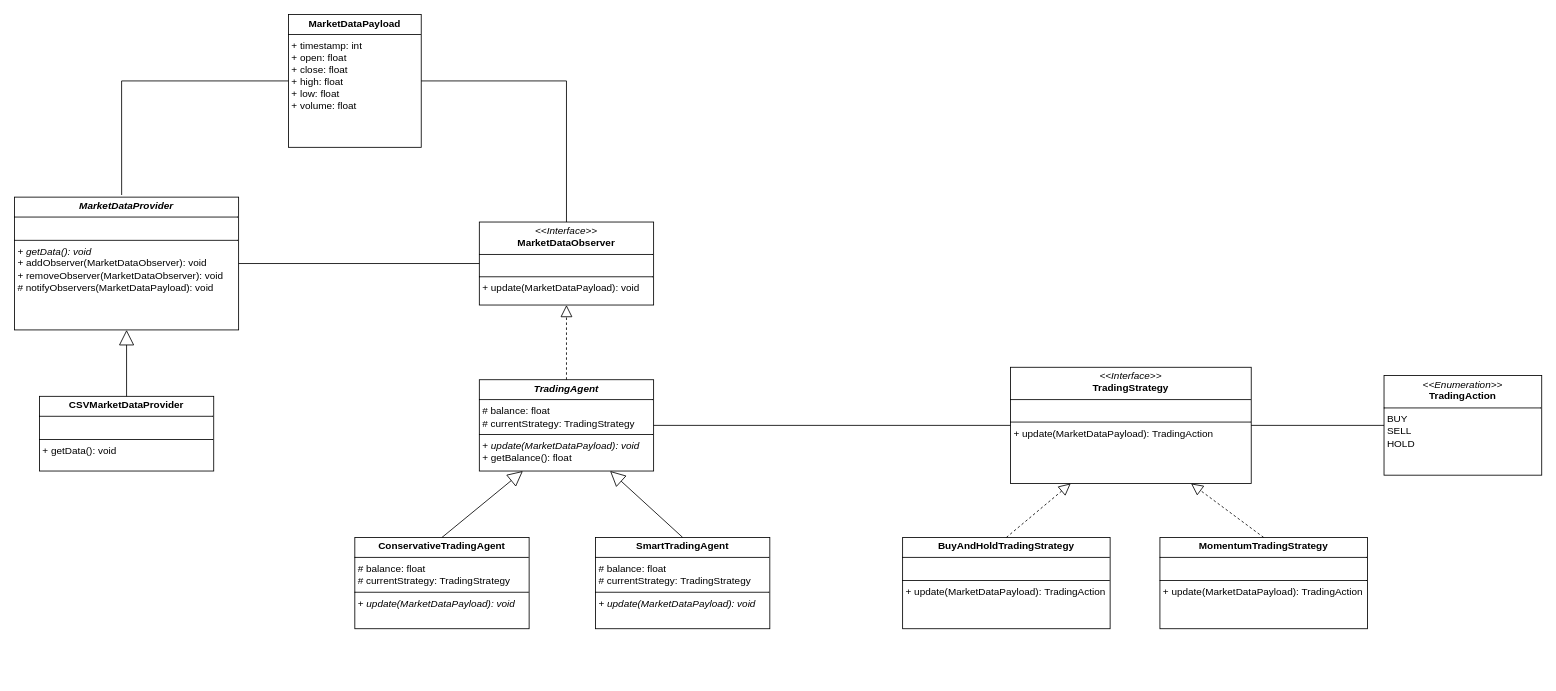
The draw.io diagram assets/uml.drawio in Filipeak/mini-hedge-fund, before the edit. Source tidied: cells renumbered, new cells numbered last; positions are measured from the earlier drawing's top-left corner, leaving out a move shared by most shapes. Both pictures are drawn from the tidied source at 83%, with x=0, y=0 at pixel (14, 14).
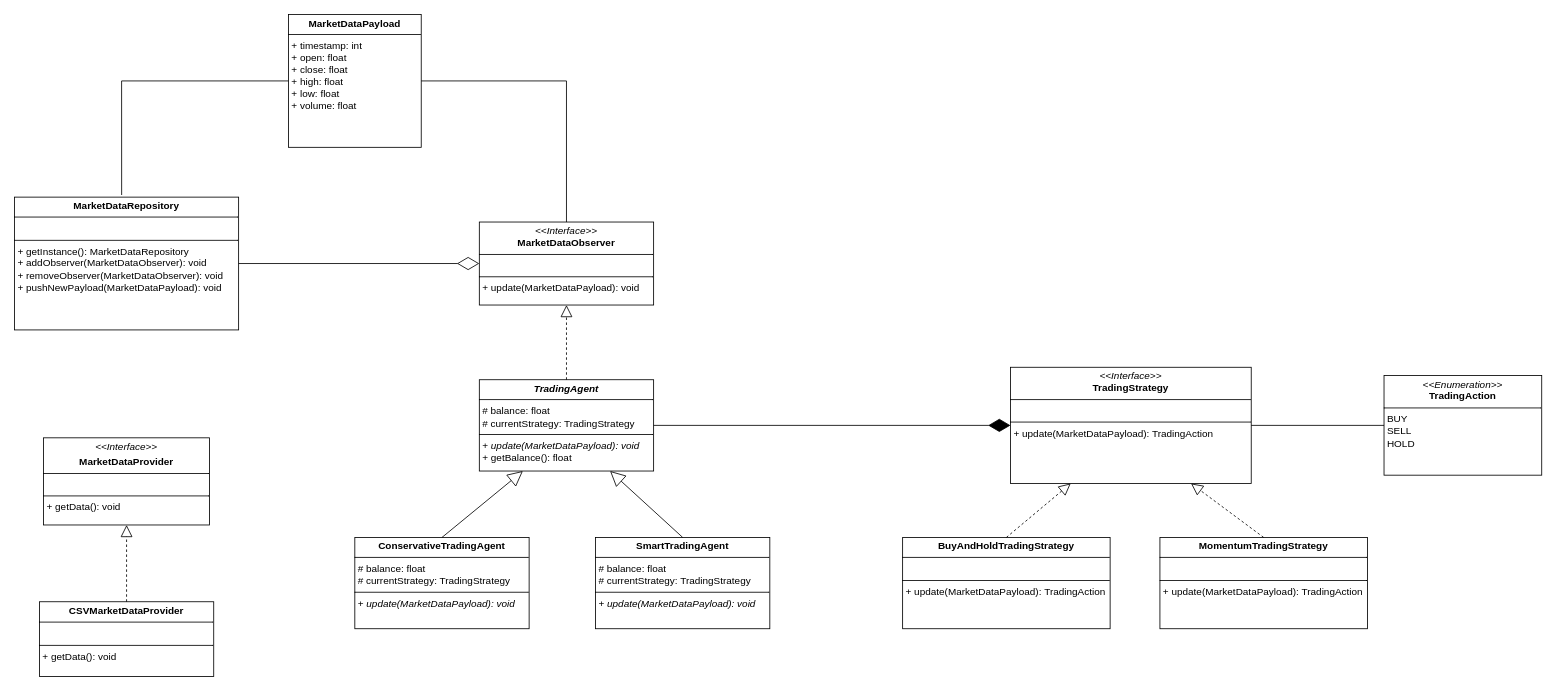
The same diagram, later.

Commit message:
Begin of new architecture

The change refers to these unchanged cells:
```xml
<mxCell id="5" value="&lt;p style=&quot;margin:0px;margin-top:4px;text-align:center;&quot;&gt;&lt;i&gt;&amp;lt;&amp;lt;Interface&amp;gt;&amp;gt;&lt;/i&gt;&lt;br&gt;&lt;b&gt;MarketDataObserver&lt;/b&gt;&lt;/p&gt;&lt;hr size=&quot;1&quot; style=&quot;border-style:solid;&quot;&gt;&lt;p style=&quot;margin:0px;margin-left:4px;&quot;&gt;&lt;br&gt;&lt;/p&gt;&lt;hr size=&quot;1&quot; style=&quot;border-style:solid;&quot;&gt;&lt;p style=&quot;margin:0px;margin-left:4px;&quot;&gt;+ update(MarketDataPayload): void&lt;br&gt;&lt;/p&gt;" style="verticalAlign=top;align=left;overflow=fill;html=1;whiteSpace=wrap;" parent="1" vertex="1">
  <mxGeometry x="560" y="250" width="210" height="100" as="geometry" />
</mxCell>
<mxCell id="6" value="&lt;p style=&quot;margin:0px;margin-top:4px;text-align:center;&quot;&gt;&lt;b&gt;&lt;i&gt;TradingAgent&lt;/i&gt;&lt;/b&gt;&lt;/p&gt;&lt;hr size=&quot;1&quot; style=&quot;border-style:solid;&quot;&gt;&lt;p style=&quot;margin:0px;margin-left:4px;&quot;&gt;# balance: float&lt;/p&gt;&lt;p style=&quot;margin:0px;margin-left:4px;&quot;&gt;# currentStrategy: TradingStrategy&lt;/p&gt;&lt;hr size=&quot;1&quot; style=&quot;border-style:solid;&quot;&gt;&lt;p style=&quot;margin:0px;margin-left:4px;&quot;&gt;+ &lt;i&gt;update(MarketDataPayload): void&lt;/i&gt;&lt;br&gt;&lt;/p&gt;&lt;p style=&quot;margin:0px;margin-left:4px;&quot;&gt;+ getBalance(): float&lt;/p&gt;&lt;p style=&quot;margin:0px;margin-left:4px;&quot;&gt;&lt;br&gt;&lt;/p&gt;" style="verticalAlign=top;align=left;overflow=fill;html=1;whiteSpace=wrap;" parent="1" vertex="1">
  <mxGeometry x="560" y="440" width="210" height="110" as="geometry" />
</mxCell>
<mxCell id="12" value="&lt;p style=&quot;margin:0px;margin-top:4px;text-align:center;&quot;&gt;&lt;i&gt;&amp;lt;&amp;lt;Interface&amp;gt;&amp;gt;&lt;/i&gt;&lt;br&gt;&lt;b&gt;TradingStrategy&lt;/b&gt;&lt;/p&gt;&lt;hr size=&quot;1&quot; style=&quot;border-style:solid;&quot;&gt;&lt;p style=&quot;margin:0px;margin-left:4px;&quot;&gt;&lt;br&gt;&lt;/p&gt;&lt;hr size=&quot;1&quot; style=&quot;border-style:solid;&quot;&gt;&lt;p style=&quot;margin:0px;margin-left:4px;&quot;&gt;+ update(MarketDataPayload): TradingAction&lt;br&gt;&lt;/p&gt;" style="verticalAlign=top;align=left;overflow=fill;html=1;whiteSpace=wrap;" parent="1" vertex="1">
  <mxGeometry x="1200" y="425" width="290" height="140" as="geometry" />
</mxCell>
```

The edit, as a diff of the source:
```diff
@@
-    <mxCell id="2" value="&lt;p style=&quot;margin:0px;margin-top:4px;text-align:center;&quot;&gt;&lt;b&gt;&lt;i&gt;MarketDataProvider&lt;/i&gt;&lt;/b&gt;&lt;/p&gt;&lt;hr size=&quot;1&quot; style=&quot;border-style:solid;&quot;&gt;&lt;p style=&quot;margin:0px;margin-left:4px;&quot;&gt;&lt;br&gt;&lt;/p&gt;&lt;hr size=&quot;1&quot; style=&quot;border-style:solid;&quot;&gt;&lt;p style=&quot;margin:0px;margin-left:4px;&quot;&gt;+ &lt;i&gt;getData(): void&lt;/i&gt;&lt;br&gt;&lt;/p&gt;&lt;p style=&quot;margin:0px;margin-left:4px;&quot;&gt;+ addObserver(MarketDataObserver): void&lt;/p&gt;&lt;p style=&quot;margin:0px;margin-left:4px;&quot;&gt;+ removeObserver(MarketDataObserver): void&lt;/p&gt;&lt;p style=&quot;margin:0px;margin-left:4px;&quot;&gt;# notifyObservers(MarketDataPayload): void&lt;/p&gt;" style="verticalAlign=top;align=left;overflow=fill;html=1;whiteSpace=wrap;" parent="1" vertex="1">
+    <mxCell id="2" value="&lt;p style=&quot;margin:0px;margin-top:4px;text-align:center;&quot;&gt;&lt;b&gt;MarketDataRepository&lt;/b&gt;&lt;/p&gt;&lt;hr size=&quot;1&quot; style=&quot;border-style:solid;&quot;&gt;&lt;p style=&quot;margin:0px;margin-left:4px;&quot;&gt;&lt;br&gt;&lt;/p&gt;&lt;hr size=&quot;1&quot; style=&quot;border-style:solid;&quot;&gt;&lt;p style=&quot;margin:0px;margin-left:4px;&quot;&gt;&lt;span style=&quot;background-color: transparent; color: light-dark(rgb(0, 0, 0), rgb(255, 255, 255));&quot;&gt;+ getInstance():&amp;nbsp;&lt;/span&gt;&lt;span style=&quot;background-color: transparent;&quot;&gt;MarketDataRepository&lt;/span&gt;&lt;/p&gt;&lt;p style=&quot;margin:0px;margin-left:4px;&quot;&gt;&lt;span style=&quot;background-color: transparent; color: light-dark(rgb(0, 0, 0), rgb(255, 255, 255));&quot;&gt;+ addObserver(MarketDataObserver): void&lt;/span&gt;&lt;/p&gt;&lt;p style=&quot;margin:0px;margin-left:4px;&quot;&gt;+ removeObserver(MarketDataObserver): void&lt;/p&gt;&lt;p style=&quot;margin:0px;margin-left:4px;&quot;&gt;+ pushNewPayload(MarketDataPayload): void&lt;/p&gt;" style="verticalAlign=top;align=left;overflow=fill;html=1;whiteSpace=wrap;" parent="1" vertex="1">
       <mxGeometry y="220" width="270" height="160" as="geometry" />
     </mxCell>
     <mxCell id="3" value="&lt;p style=&quot;margin:0px;margin-top:4px;text-align:center;&quot;&gt;&lt;b&gt;CSVMarketDataProvider&lt;/b&gt;&lt;/p&gt;&lt;hr size=&quot;1&quot; style=&quot;border-style:solid;&quot;&gt;&lt;p style=&quot;margin:0px;margin-left:4px;&quot;&gt;&lt;br&gt;&lt;/p&gt;&lt;hr size=&quot;1&quot; style=&quot;border-style:solid;&quot;&gt;&lt;p style=&quot;margin:0px;margin-left:4px;&quot;&gt;&lt;span style=&quot;background-color: transparent; color: light-dark(rgb(0, 0, 0), rgb(255, 255, 255));&quot;&gt;+ getData(): void&lt;/span&gt;&lt;/p&gt;" style="verticalAlign=top;align=left;overflow=fill;html=1;whiteSpace=wrap;" parent="1" vertex="1">
-      <mxGeometry x="30" y="460" width="210" height="90" as="geometry" />
+      <mxGeometry x="30" y="707.5" width="210" height="90" as="geometry" />
     </mxCell>
-    <mxCell id="4" style="endArrow=block;endSize=16;endFill=0;html=1;rounded=0;entryX=0.5;entryY=1;entryDx=0;entryDy=0;exitX=0.5;exitY=0;exitDx=0;exitDy=0;" parent="1" edge="1" source="3" target="2">
-      <mxGeometry relative="1" as="geometry" />
-    </mxCell>
@@
-    <mxCell id="15" style="endArrow=none;html=1;rounded=0;exitX=1;exitY=0.5;exitDx=0;exitDy=0;entryX=0;entryY=0.5;entryDx=0;entryDy=0;" parent="1" edge="1" source="2" target="5">
-      <mxGeometry relative="1" as="geometry" />
-    </mxCell>
-    <mxCell id="16" style="endArrow=none;html=1;rounded=0;exitX=1;exitY=0.5;exitDx=0;exitDy=0;entryX=0;entryY=0.5;entryDx=0;entryDy=0;" parent="1" edge="1" source="6" target="12">
-      <mxGeometry relative="1" as="geometry" />
-    </mxCell>
@@
+    <mxCell id="15" style="endArrow=diamondThin;endFill=0;endSize=24;html=1;rounded=0;entryX=0;entryY=0.5;entryDx=0;entryDy=0;exitX=1;exitY=0.5;exitDx=0;exitDy=0;" parent="1" edge="1" source="2" target="5">
+      <mxGeometry relative="1" as="geometry" />
+    </mxCell>
+    <mxCell id="16" style="endArrow=diamondThin;endFill=1;endSize=24;html=1;rounded=0;entryX=0;entryY=0.5;entryDx=0;entryDy=0;exitX=1;exitY=0.5;exitDx=0;exitDy=0;" parent="1" edge="1" source="6" target="12">
+      <mxGeometry relative="1" as="geometry" />
+    </mxCell>
+    <mxCell id="24" value="&lt;p style=&quot;margin:0px;margin-top:4px;text-align:center;&quot;&gt;&lt;i&gt;&amp;lt;&amp;lt;Interface&amp;gt;&amp;gt;&lt;/i&gt;&lt;/p&gt;&lt;p style=&quot;margin:0px;margin-top:4px;text-align:center;&quot;&gt;&lt;b&gt;MarketDataProvider&lt;/b&gt;&lt;/p&gt;&lt;hr size=&quot;1&quot; style=&quot;border-style:solid;&quot;&gt;&lt;p style=&quot;margin:0px;margin-left:4px;&quot;&gt;&lt;br&gt;&lt;/p&gt;&lt;hr size=&quot;1&quot; style=&quot;border-style:solid;&quot;&gt;&lt;p style=&quot;margin:0px;margin-left:4px;&quot;&gt;+ getData(): void&lt;/p&gt;" style="verticalAlign=top;align=left;overflow=fill;html=1;whiteSpace=wrap;" parent="1" vertex="1">
+      <mxGeometry x="35" y="510" width="200" height="105" as="geometry" />
+    </mxCell>
+    <mxCell id="25" style="endArrow=block;dashed=1;endFill=0;endSize=12;html=1;rounded=0;entryX=0.5;entryY=1;entryDx=0;entryDy=0;exitX=0.5;exitY=0;exitDx=0;exitDy=0;" parent="1" edge="1" source="3" target="24">
+      <mxGeometry relative="1" as="geometry" />
+    </mxCell>
```
